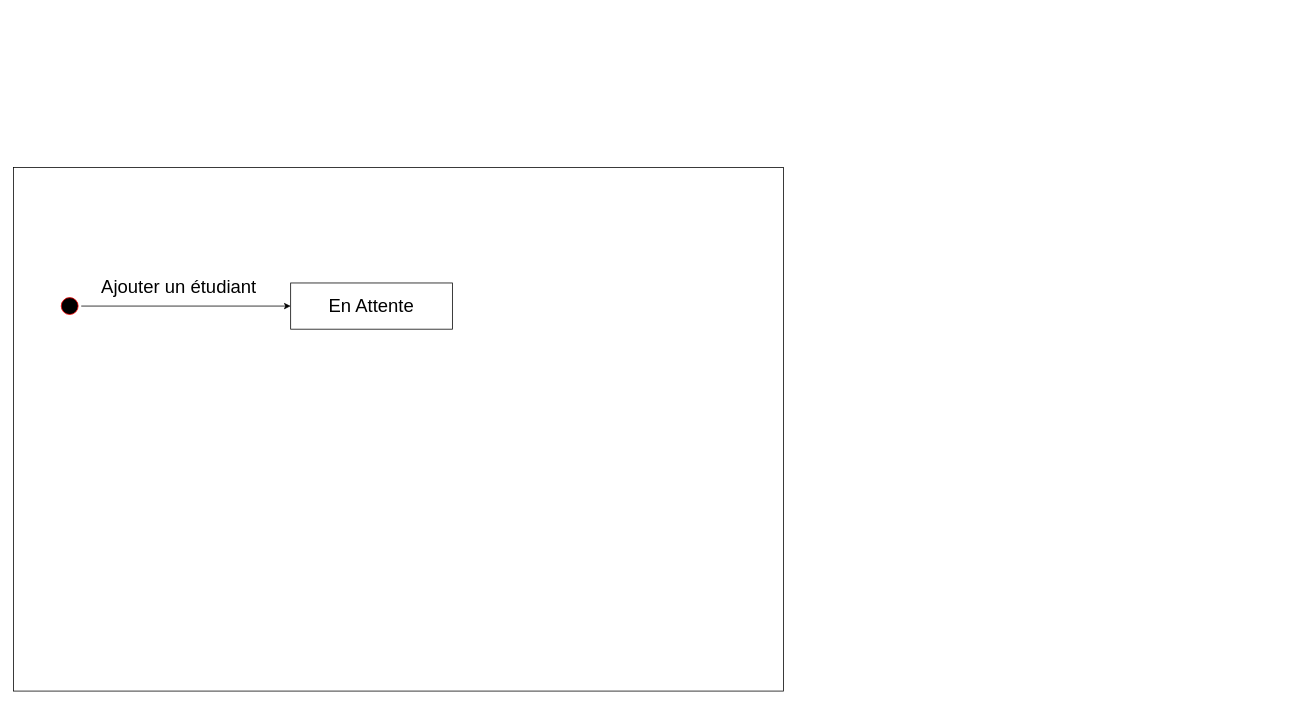
Above: Diagramme d'etat de transition.drawio in Alino999/U-AUBEN (draw.io), before the change. Source tidied: cells renumbered, new cells numbered last; positions are measured from the earlier drawing's top-left corner, leaving out a move shared by most shapes. Both pictures are drawn from the tidied source at 77%, with x=0, y=0 at pixel (13, 167).
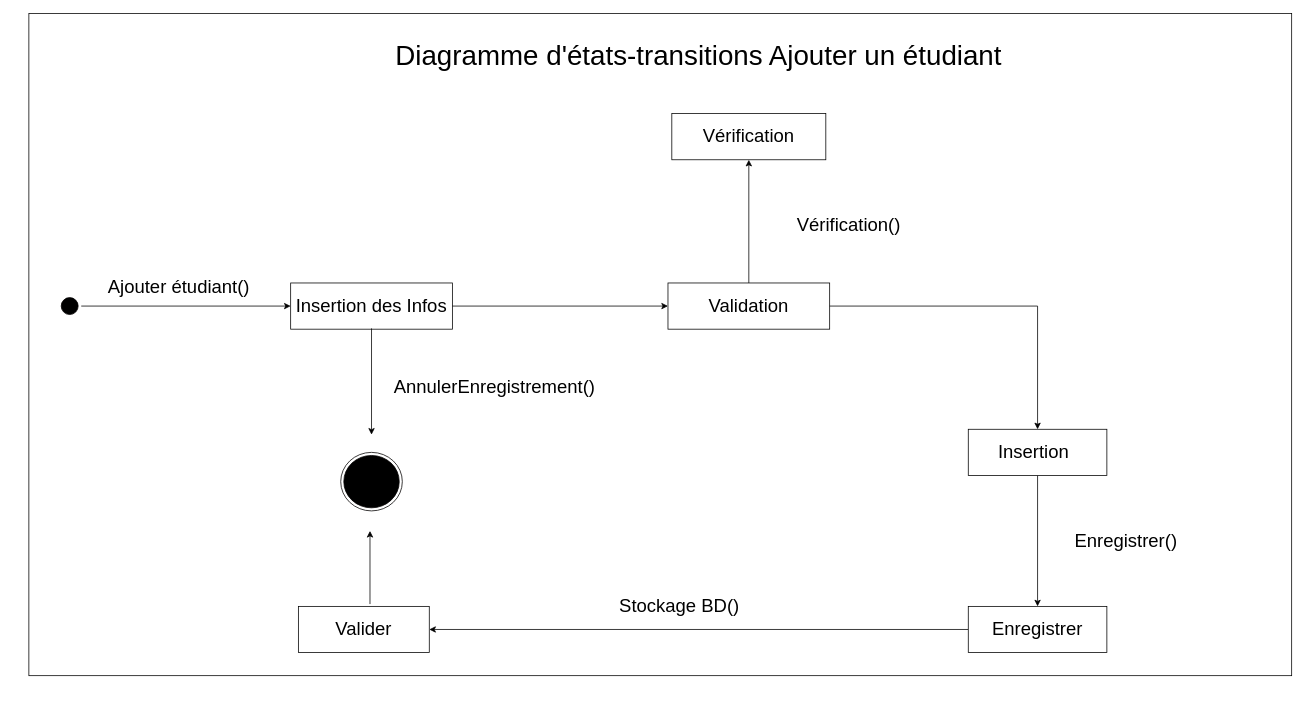
Above is the later version.

Commit message (it also covers changes not shown here):
Mettre à jour Diagramme d'etat de transition.drawio

The edit, as a diff of the source:
```diff
@@
-    <mxCell id="2" style="rounded=0;whiteSpace=wrap;html=1;" parent="1" vertex="1">
-      <mxGeometry width="1000" height="680" as="geometry" />
+    <mxCell id="2" style="rounded=0;whiteSpace=wrap;html=1;imageWidth=24;imageHeight=35;gradientColor=none;" parent="1" vertex="1">
+      <mxGeometry x="20" y="-200" width="1640" height="860" as="geometry" />
     </mxCell>
@@
-    <mxCell id="4" style="ellipse;html=1;shape=startState;fillColor=#000000;strokeColor=#ff0000;direction=north;" parent="1" vertex="1">
+    <mxCell id="4" style="ellipse;html=1;shape=startState;fillColor=#000000;strokeColor=#030000;direction=north;" parent="1" vertex="1">
       <mxGeometry x="58" y="165" width="30" height="30" as="geometry" />
     </mxCell>
@@
-    <mxCell id="6" value="&lt;font style=&quot;font-size: 24px;&quot;&gt;Ajouter un étudiant&lt;/font&gt;" style="text;html=1;align=center;verticalAlign=middle;whiteSpace=wrap;rounded=0;" parent="1" vertex="1">
+    <mxCell id="6" value="&lt;font style=&quot;font-size: 24px;&quot;&gt;Ajouter&amp;nbsp;étudiant()&lt;/font&gt;" style="text;html=1;align=center;verticalAlign=middle;whiteSpace=wrap;rounded=0;" parent="1" vertex="1">
       <mxGeometry x="110" y="140" width="210" height="30" as="geometry" />
     </mxCell>
+    <mxCell id="8" style="edgeStyle=orthogonalEdgeStyle;rounded=0;jettySize=auto;html=1;" parent="1" edge="1" source="7" target="11">
+      <mxGeometry relative="1" as="geometry" />
+    </mxCell>
+    <mxCell id="9" style="edgeStyle=orthogonalEdgeStyle;rounded=0;orthogonalLoop=1;jettySize=auto;html=1;" parent="1" edge="1">
+      <mxGeometry relative="1" as="geometry">
+        <mxPoint x="465" y="209" as="sourcePoint" />
+        <mxPoint x="465" y="347" as="targetPoint" />
+      </mxGeometry>
+    </mxCell>
-    <mxCell id="7" value="&lt;font style=&quot;font-size: 24px;&quot;&gt;En Attente&lt;/font&gt;" style="text;html=1;align=center;verticalAlign=middle;whiteSpace=wrap;rounded=0;" parent="1" vertex="1">
+    <mxCell id="7" value="&lt;font style=&quot;font-size: 24px;&quot;&gt;Insertion des Infos&lt;/font&gt;" style="text;html=1;align=center;verticalAlign=middle;whiteSpace=wrap;rounded=0;" parent="1" vertex="1">
       <mxGeometry x="360" y="165" width="210" height="30" as="geometry" />
     </mxCell>
+    <mxCell id="10" style="edgeStyle=orthogonalEdgeStyle;rounded=0;jettySize=auto;html=1;" parent="1" edge="1" source="11" target="14">
+      <mxGeometry relative="1" as="geometry" />
+    </mxCell>
+    <mxCell id="11" style="whiteSpace=wrap;html=1;" parent="1" vertex="1">
+      <mxGeometry x="850" y="150" width="210" height="60" as="geometry" />
+    </mxCell>
+    <mxCell id="12" style="edgeStyle=orthogonalEdgeStyle;rounded=0;jettySize=auto;html=1;" parent="1" edge="1" source="13" target="18">
+      <mxGeometry relative="1" as="geometry" />
+    </mxCell>
+    <mxCell id="13" value="&lt;font style=&quot;font-size: 24px;&quot;&gt;Validation&lt;/font&gt;" style="text;html=1;align=center;verticalAlign=middle;whiteSpace=wrap;rounded=0;" parent="1" vertex="1">
+      <mxGeometry x="850" y="165" width="210" height="30" as="geometry" />
+    </mxCell>
+    <mxCell id="14" style="whiteSpace=wrap;html=1;" parent="1" vertex="1">
+      <mxGeometry x="855" y="-70" width="200" height="60" as="geometry" />
+    </mxCell>
+    <mxCell id="15" value="&lt;font style=&quot;font-size: 24px;&quot;&gt;Vérification&lt;/font&gt;" style="text;html=1;align=center;verticalAlign=middle;whiteSpace=wrap;rounded=0;" parent="1" vertex="1">
+      <mxGeometry x="850" y="-55" width="210" height="30" as="geometry" />
+    </mxCell>
+    <mxCell id="16" value="&lt;span style=&quot;font-size: 24px;&quot;&gt;Vérification()&lt;/span&gt;" style="text;html=1;align=center;verticalAlign=middle;whiteSpace=wrap;rounded=0;" parent="1" vertex="1">
+      <mxGeometry x="980" y="60" width="210" height="30" as="geometry" />
+    </mxCell>
+    <mxCell id="17" style="edgeStyle=orthogonalEdgeStyle;rounded=0;jettySize=auto;html=1;" parent="1" edge="1" source="18" target="21">
+      <mxGeometry relative="1" as="geometry" />
+    </mxCell>
+    <mxCell id="18" style="whiteSpace=wrap;html=1;" parent="1" vertex="1">
+      <mxGeometry x="1240" y="340" width="180" height="60" as="geometry" />
+    </mxCell>
+    <mxCell id="19" value="&lt;font style=&quot;font-size: 24px;&quot;&gt;Insertion&lt;/font&gt;" style="text;html=1;align=center;verticalAlign=middle;whiteSpace=wrap;rounded=0;" parent="1" vertex="1">
+      <mxGeometry x="1220" y="355" width="210" height="30" as="geometry" />
+    </mxCell>
+    <mxCell id="20" style="edgeStyle=orthogonalEdgeStyle;rounded=0;jettySize=auto;html=1;" parent="1" edge="1" source="21" target="25">
+      <mxGeometry relative="1" as="geometry" />
+    </mxCell>
+    <mxCell id="21" style="whiteSpace=wrap;html=1;" parent="1" vertex="1">
+      <mxGeometry x="1240" y="570" width="180" height="60" as="geometry" />
+    </mxCell>
+    <mxCell id="22" value="&lt;span style=&quot;font-size: 24px;&quot;&gt;Enregistrer()&lt;/span&gt;" style="text;html=1;align=center;verticalAlign=middle;whiteSpace=wrap;rounded=0;" parent="1" vertex="1">
+      <mxGeometry x="1340" y="470" width="210" height="30" as="geometry" />
+    </mxCell>
+    <mxCell id="23" value="&lt;span style=&quot;font-size: 24px;&quot;&gt;Enregist&lt;/span&gt;&lt;span style=&quot;font-size: 24px;&quot;&gt;rer&lt;/span&gt;" style="text;html=1;align=center;verticalAlign=middle;whiteSpace=wrap;rounded=0;" parent="1" vertex="1">
+      <mxGeometry x="1225" y="585" width="210" height="30" as="geometry" />
+    </mxCell>
+    <mxCell id="24" style="ellipse;html=1;shape=endState;fillColor=#000000;strokeColor=#030000;" parent="1" vertex="1">
+      <mxGeometry x="425" y="370" width="80" height="76" as="geometry" />
+    </mxCell>
+    <mxCell id="25" style="whiteSpace=wrap;html=1;" parent="1" vertex="1">
+      <mxGeometry x="370" y="570" width="170" height="60" as="geometry" />
+    </mxCell>
+    <mxCell id="26" style="edgeStyle=orthogonalEdgeStyle;rounded=0;orthogonalLoop=1;jettySize=auto;html=1;endSize=6;startSize=6;jumpSize=6;strokeColor=default;arcSize=59;" parent="1" edge="1">
+      <mxGeometry relative="1" as="geometry">
+        <mxPoint x="463" y="567" as="sourcePoint" />
+        <mxPoint x="463" y="472" as="targetPoint" />
+      </mxGeometry>
+    </mxCell>
+    <mxCell id="27" value="&lt;span style=&quot;font-size: 24px;&quot;&gt;Valider&lt;/span&gt;" style="text;html=1;align=center;verticalAlign=middle;whiteSpace=wrap;rounded=0;" parent="1" vertex="1">
+      <mxGeometry x="350" y="585" width="210" height="30" as="geometry" />
+    </mxCell>
+    <mxCell id="28" value="&lt;span style=&quot;font-size: 24px;&quot;&gt;Stockage BD()&lt;/span&gt;" style="text;html=1;align=center;verticalAlign=middle;whiteSpace=wrap;rounded=0;" parent="1" vertex="1">
+      <mxGeometry x="760" y="555" width="210" height="30" as="geometry" />
+    </mxCell>
+    <mxCell id="29" value="&lt;font style=&quot;font-size: 24px;&quot;&gt;AnnulerEnregistrement()&lt;/font&gt;" style="text;html=1;align=center;verticalAlign=middle;whiteSpace=wrap;rounded=0;" parent="1" vertex="1">
+      <mxGeometry x="520" y="270" width="210" height="30" as="geometry" />
+    </mxCell>
+    <mxCell id="30" value="&lt;font style=&quot;font-size: 36px;&quot;&gt;Diagramme d'états-transitions Ajouter un étudiant&lt;/font&gt;" style="text;html=1;align=center;verticalAlign=middle;whiteSpace=wrap;rounded=0;" parent="1" vertex="1">
+      <mxGeometry x="470" y="-160" width="840" height="30" as="geometry" />
+    </mxCell>
```
